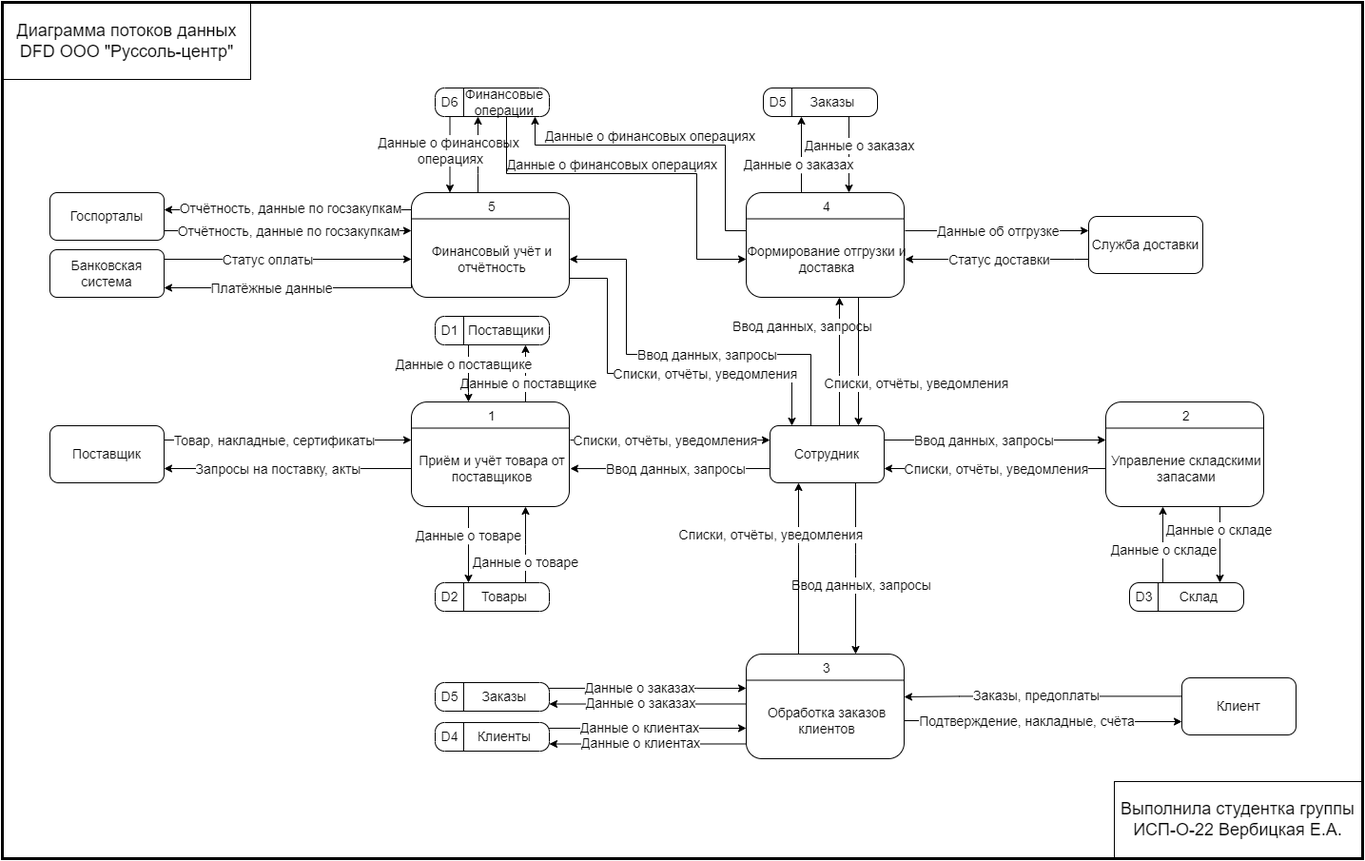
The draw.io diagram media/диаграммы/Диаграммы  - Русоль-DFD.drawio.png in ColdenI/Diploma-IS-wholesale-of-salt, before a commit. Source tidied: cells renumbered, new cells last; positions are measured from the earlier drawing's top-left corner, leaving out a move shared by most shapes.
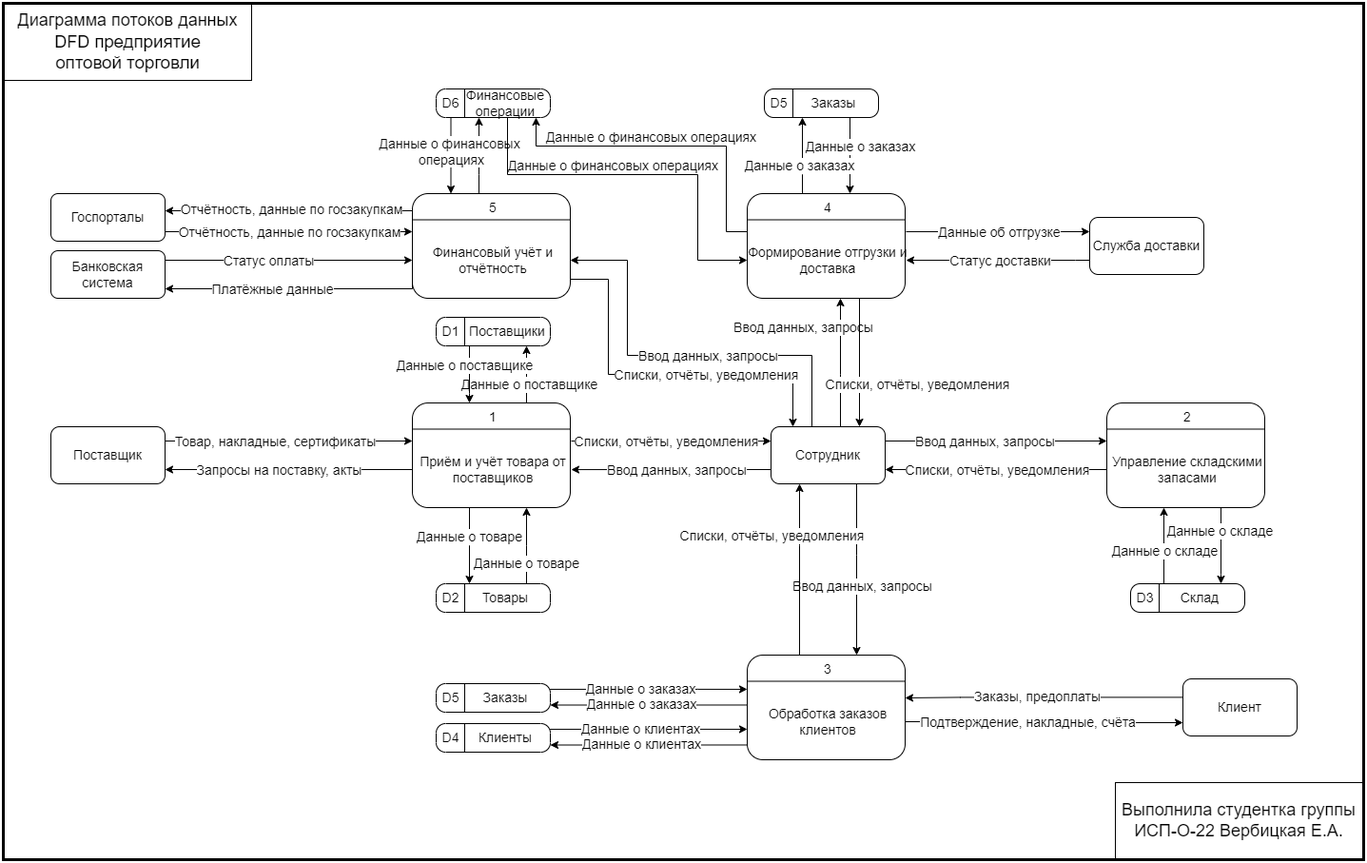
Later version of the same file.

The edit, as a diff of the source:
```diff
@@ -676,7 +676,7 @@
         <mxPoint x="9" y="2" as="offset" />
       </mxGeometry>
     </mxCell>
-    <mxCell id="140" value="&lt;span style=&quot;text-align: left; font-size: 18px;&quot;&gt;&lt;font style=&quot;font-size: 18px;&quot; face=&quot;YS Text, Helvetica Neue, Helvetica, Arial, sans-serif&quot;&gt;&lt;span style=&quot;font-size: 18px;&quot;&gt;Диаграмма потоков данных DFD ООО &quot;Руссоль&lt;/span&gt;&lt;/font&gt;&lt;/span&gt;&lt;span style=&quot;font-family: &amp;quot;YS Text&amp;quot;, &amp;quot;Helvetica Neue&amp;quot;, Helvetica, Arial, sans-serif; text-align: left;&quot;&gt;-центр&lt;/span&gt;&lt;span style=&quot;text-align: left; font-size: 18px;&quot;&gt;&lt;font style=&quot;font-size: 18px;&quot; face=&quot;YS Text, Helvetica Neue, Helvetica, Arial, sans-serif&quot;&gt;&lt;span style=&quot;font-size: 18px;&quot;&gt;&quot;&lt;/span&gt;&lt;/font&gt;&lt;/span&gt;" style="rounded=0;whiteSpace=wrap;html=1;fontColor=default;labelBackgroundColor=none;fontSize=18;" parent="1" vertex="1">
+    <mxCell id="140" value="&lt;span style=&quot;text-align: left; font-size: 18px;&quot;&gt;&lt;font style=&quot;font-size: 18px;&quot; face=&quot;YS Text, Helvetica Neue, Helvetica, Arial, sans-serif&quot;&gt;&lt;span style=&quot;font-size: 18px;&quot;&gt;Диаграмма потоков данных DFD&amp;nbsp;&lt;/span&gt;&lt;/font&gt;&lt;/span&gt;&lt;span style=&quot;font-size: 18.6667px;&quot;&gt;предприятие&lt;/span&gt;&lt;br style=&quot;font-size: 18.6667px;&quot;&gt;&lt;span style=&quot;font-size: 18.6667px;&quot;&gt;оптовой торговли&lt;/span&gt;" style="rounded=0;whiteSpace=wrap;html=1;fontColor=default;labelBackgroundColor=none;fontSize=18;" parent="1" vertex="1">
       <mxGeometry x="1" y="1" width="260" height="80" as="geometry" />
     </mxCell>
     <mxCell id="141" value="Выполнила студентка группы ИСП-О-22&amp;nbsp;Вербицкая Е.А." style="rounded=0;whiteSpace=wrap;html=1;fontSize=18;" parent="1" vertex="1">
```
